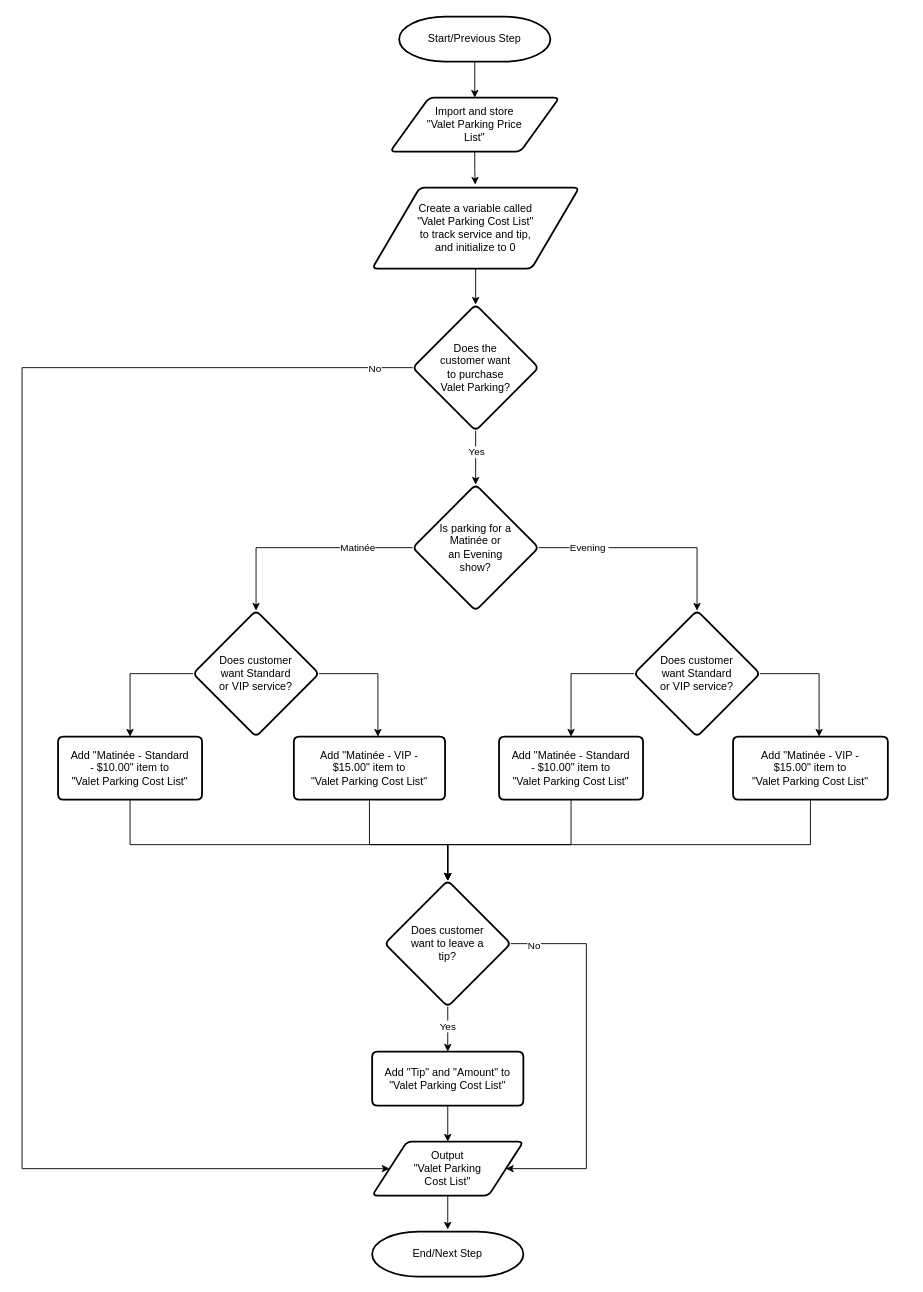
Earlier version of the draw.io diagram APS145NFF/W5/APS145_WS5_logic3_part5.drawio (lucanovello/Winter-2024). Source tidied: cells renumbered, new cells numbered last; positions are measured from the earlier drawing's top-left corner, leaving out a move shared by most shapes. Both pictures are drawn from the tidied source at 90%, with x=0, y=0 at pixel (22, 16).
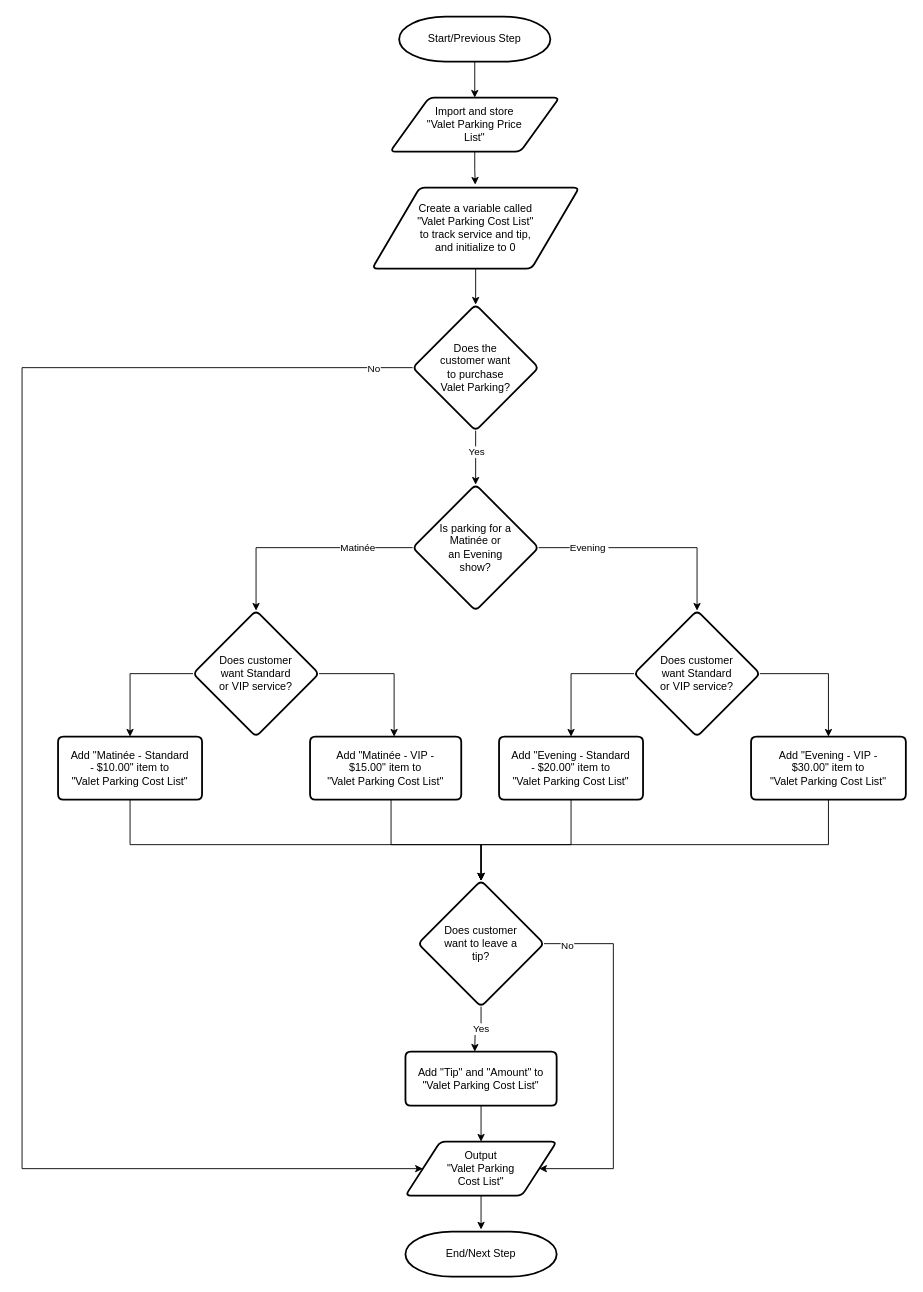
After the change.

Unchanged cells that the change refers to:
```xml
<mxCell id="26" value="&lt;p style=&quot;line-height: 120%;&quot;&gt;Does customer want Standard or VIP service?&lt;/p&gt;" style="rhombus;whiteSpace=wrap;html=1;strokeWidth=2;rounded=1;arcSize=12;verticalAlign=middle;horizontal=1;spacing=21;spacingBottom=5;spacingTop=5;spacingLeft=5;spacingRight=5;" parent="1" vertex="1">
  <mxGeometry x="190" y="660" width="140" height="140" as="geometry" />
</mxCell>
<mxCell id="29" value="Add &quot;Matinée - Standard - $10.00&quot; item to &quot;Valet&amp;nbsp;Parking Cost List&quot;" style="shape=parallelogram;html=1;strokeWidth=2;perimeter=parallelogramPerimeter;whiteSpace=wrap;rounded=1;arcSize=12;size=0;spacing=12;spacingLeft=0;spacingRight=0;" parent="1" vertex="1">
  <mxGeometry x="40" y="800" width="160" height="70" as="geometry" />
</mxCell>
<mxCell id="33" value="&lt;p style=&quot;line-height: 120%;&quot;&gt;Does customer want Standard or VIP service?&lt;/p&gt;" style="rhombus;whiteSpace=wrap;html=1;strokeWidth=2;rounded=1;arcSize=12;verticalAlign=middle;horizontal=1;spacing=21;spacingBottom=5;spacingTop=5;spacingLeft=5;spacingRight=5;" parent="1" vertex="1">
  <mxGeometry x="680" y="660" width="140" height="140" as="geometry" />
</mxCell>
```

The edit, as a diff of the source:
```diff
@@
     <mxCell id="12" value="Output &quot;Valet&amp;nbsp;Parking Cost&amp;nbsp;List&quot;" style="shape=parallelogram;html=1;strokeWidth=2;perimeter=parallelogramPerimeter;whiteSpace=wrap;rounded=1;arcSize=12;size=0.23;spacing=20;spacingTop=20;spacingBottom=20;spacingLeft=30;spacingRight=30;" parent="1" vertex="1">
-      <mxGeometry x="389" y="1250" width="168" height="60" as="geometry" />
+      <mxGeometry x="426" y="1250" width="168" height="60" as="geometry" />
     </mxCell>
@@
     <mxCell id="15" value="End/Next Step" style="strokeWidth=2;html=1;shape=mxgraph.flowchart.terminator;whiteSpace=wrap;spacing=20;spacingTop=5;spacingBottom=5;spacingLeft=5;spacingRight=5;" parent="1" vertex="1">
-      <mxGeometry x="389" y="1350" width="168" height="50" as="geometry" />
+      <mxGeometry x="426" y="1350" width="168" height="50" as="geometry" />
     </mxCell>
     <mxCell id="16" style="edgeStyle=orthogonalEdgeStyle;rounded=0;jettySize=auto;html=1;" parent="1" edge="1" source="20">
       <mxGeometry relative="1" as="geometry">
-        <mxPoint x="473" y="1150" as="targetPoint" />
+        <mxPoint x="503" y="1150" as="targetPoint" />
       </mxGeometry>
     </mxCell>
@@
     <mxCell id="18" style="edgeStyle=orthogonalEdgeStyle;rounded=0;jettySize=auto;html=1;entryX=1;entryY=0.5;entryDx=0;entryDy=0;" parent="1" edge="1" source="20" target="12">
       <mxGeometry relative="1" as="geometry">
         <Array as="points">
-          <mxPoint x="627" y="1030" />
-          <mxPoint x="627" y="1280" />
+          <mxPoint x="657" y="1030" />
+          <mxPoint x="657" y="1280" />
         </Array>
       </mxGeometry>
     </mxCell>
@@
     <mxCell id="20" value="&lt;p style=&quot;line-height: 120%;&quot;&gt;Does customer want to leave a tip?&lt;br&gt;&lt;/p&gt;" style="rhombus;whiteSpace=wrap;html=1;strokeWidth=2;rounded=1;arcSize=12;verticalAlign=middle;horizontal=1;spacing=21;spacingBottom=5;spacingTop=5;spacingLeft=5;spacingRight=5;" parent="1" vertex="1">
-      <mxGeometry x="403" y="960" width="140" height="140" as="geometry" />
+      <mxGeometry x="440" y="960" width="140" height="140" as="geometry" />
     </mxCell>
@@
     <mxCell id="28" style="edgeStyle=orthogonalEdgeStyle;rounded=0;jettySize=auto;html=1;entryX=0.5;entryY=0;entryDx=0;entryDy=0;" parent="1" edge="1" source="29" target="20">
       <mxGeometry relative="1" as="geometry">
         <Array as="points">
           <mxPoint x="120" y="920" />
-          <mxPoint x="473" y="920" />
+          <mxPoint x="510" y="920" />
+          <mxPoint x="510" y="960" />
         </Array>
       </mxGeometry>
     </mxCell>
@@
     <mxCell id="30" style="edgeStyle=orthogonalEdgeStyle;rounded=0;jettySize=auto;html=1;entryX=0.5;entryY=0;entryDx=0;entryDy=0;" parent="1" edge="1" source="31" target="20">
       <mxGeometry relative="1" as="geometry">
         <Array as="points">
-          <mxPoint x="386" y="920" />
-          <mxPoint x="473" y="920" />
+          <mxPoint x="410" y="920" />
+          <mxPoint x="510" y="920" />
+          <mxPoint x="510" y="960" />
         </Array>
       </mxGeometry>
     </mxCell>
     <mxCell id="31" value="Add &quot;Matinée - VIP - $15.00&quot; item to &quot;Valet&amp;nbsp;Parking Cost List&quot;" style="shape=parallelogram;html=1;strokeWidth=2;perimeter=parallelogramPerimeter;whiteSpace=wrap;rounded=1;arcSize=12;size=0;spacing=12;spacingLeft=0;spacingRight=0;" parent="1" vertex="1">
-      <mxGeometry x="302" y="800" width="168" height="70" as="geometry" />
+      <mxGeometry x="320" y="800" width="168" height="70" as="geometry" />
     </mxCell>
     <mxCell id="32" style="edgeStyle=orthogonalEdgeStyle;rounded=0;jettySize=auto;html=1;entryX=0.556;entryY=0;entryDx=0;entryDy=0;entryPerimeter=0;" parent="1" edge="1" source="26" target="31">
       <mxGeometry relative="1" as="geometry">
         <Array as="points">
-          <mxPoint x="396" y="730" />
+          <mxPoint x="413" y="730" />
+          <mxPoint x="413" y="800" />
         </Array>
       </mxGeometry>
     </mxCell>
+    <mxCell id="39" style="edgeStyle=orthogonalEdgeStyle;rounded=0;jettySize=auto;html=1;entryX=0.5;entryY=0;entryDx=0;entryDy=0;" parent="1" edge="1" source="33" target="38">
+      <mxGeometry relative="1" as="geometry">
+        <Array as="points">
+          <mxPoint x="896" y="730" />
+        </Array>
+      </mxGeometry>
+    </mxCell>
@@
     <mxCell id="35" style="edgeStyle=orthogonalEdgeStyle;rounded=0;jettySize=auto;html=1;entryX=0.5;entryY=0;entryDx=0;entryDy=0;" parent="1" edge="1" source="36" target="20">
       <mxGeometry relative="1" as="geometry">
         <Array as="points">
           <mxPoint x="610" y="920" />
-          <mxPoint x="473" y="920" />
+          <mxPoint x="510" y="920" />
+          <mxPoint x="510" y="960" />
         </Array>
       </mxGeometry>
     </mxCell>
-    <mxCell id="36" value="Add &quot;Matinée - Standard - $10.00&quot; item to &quot;Valet&amp;nbsp;Parking Cost List&quot;" style="shape=parallelogram;html=1;strokeWidth=2;perimeter=parallelogramPerimeter;whiteSpace=wrap;rounded=1;arcSize=12;size=0;spacing=12;spacingLeft=0;spacingRight=0;" parent="1" vertex="1">
+    <mxCell id="36" value="Add &quot;Evening&amp;nbsp;- Standard - $20.00&quot; item to &quot;Valet&amp;nbsp;Parking Cost List&quot;" style="shape=parallelogram;html=1;strokeWidth=2;perimeter=parallelogramPerimeter;whiteSpace=wrap;rounded=1;arcSize=12;size=0;spacing=12;spacingLeft=0;spacingRight=0;" parent="1" vertex="1">
       <mxGeometry x="530" y="800" width="160" height="70" as="geometry" />
     </mxCell>
     <mxCell id="37" style="edgeStyle=orthogonalEdgeStyle;rounded=0;jettySize=auto;html=1;entryX=0.5;entryY=0;entryDx=0;entryDy=0;" parent="1" edge="1" source="38" target="20">
       <mxGeometry relative="1" as="geometry">
         <Array as="points">
-          <mxPoint x="876" y="920" />
-          <mxPoint x="473" y="920" />
+          <mxPoint x="896" y="920" />
+          <mxPoint x="510" y="920" />
+          <mxPoint x="510" y="960" />
         </Array>
       </mxGeometry>
     </mxCell>
-    <mxCell id="38" value="Add &quot;Matinée - VIP - $15.00&quot; item to &quot;Valet&amp;nbsp;Parking Cost List&quot;" style="shape=parallelogram;html=1;strokeWidth=2;perimeter=parallelogramPerimeter;whiteSpace=wrap;rounded=1;arcSize=12;size=0;spacing=12;spacingLeft=0;spacingRight=0;" parent="1" vertex="1">
-      <mxGeometry x="790" y="800" width="172" height="70" as="geometry" />
+    <mxCell id="38" value="Add &quot;Evening&amp;nbsp;- VIP - $30.00&quot; item to &quot;Valet&amp;nbsp;Parking Cost List&quot;" style="shape=parallelogram;html=1;strokeWidth=2;perimeter=parallelogramPerimeter;whiteSpace=wrap;rounded=1;arcSize=12;size=0;spacing=12;spacingLeft=0;spacingRight=0;" parent="1" vertex="1">
+      <mxGeometry x="810" y="800" width="172" height="70" as="geometry" />
     </mxCell>
-    <mxCell id="39" style="edgeStyle=orthogonalEdgeStyle;rounded=0;jettySize=auto;html=1;entryX=0.556;entryY=0;entryDx=0;entryDy=0;entryPerimeter=0;" parent="1" edge="1" source="33" target="38">
-      <mxGeometry relative="1" as="geometry">
-        <Array as="points">
-          <mxPoint x="886" y="730" />
-        </Array>
-      </mxGeometry>
-    </mxCell>
@@
     <mxCell id="41" value="Add &quot;Tip&quot; and &quot;Amount&quot; to &quot;Valet&amp;nbsp;Parking Cost List&quot;" style="shape=parallelogram;html=1;strokeWidth=2;perimeter=parallelogramPerimeter;whiteSpace=wrap;rounded=1;arcSize=12;size=0;spacing=12;spacingLeft=0;spacingRight=0;" parent="1" vertex="1">
-      <mxGeometry x="389" y="1150" width="168" height="60" as="geometry" />
+      <mxGeometry x="426" y="1150" width="168" height="60" as="geometry" />
     </mxCell>
```
